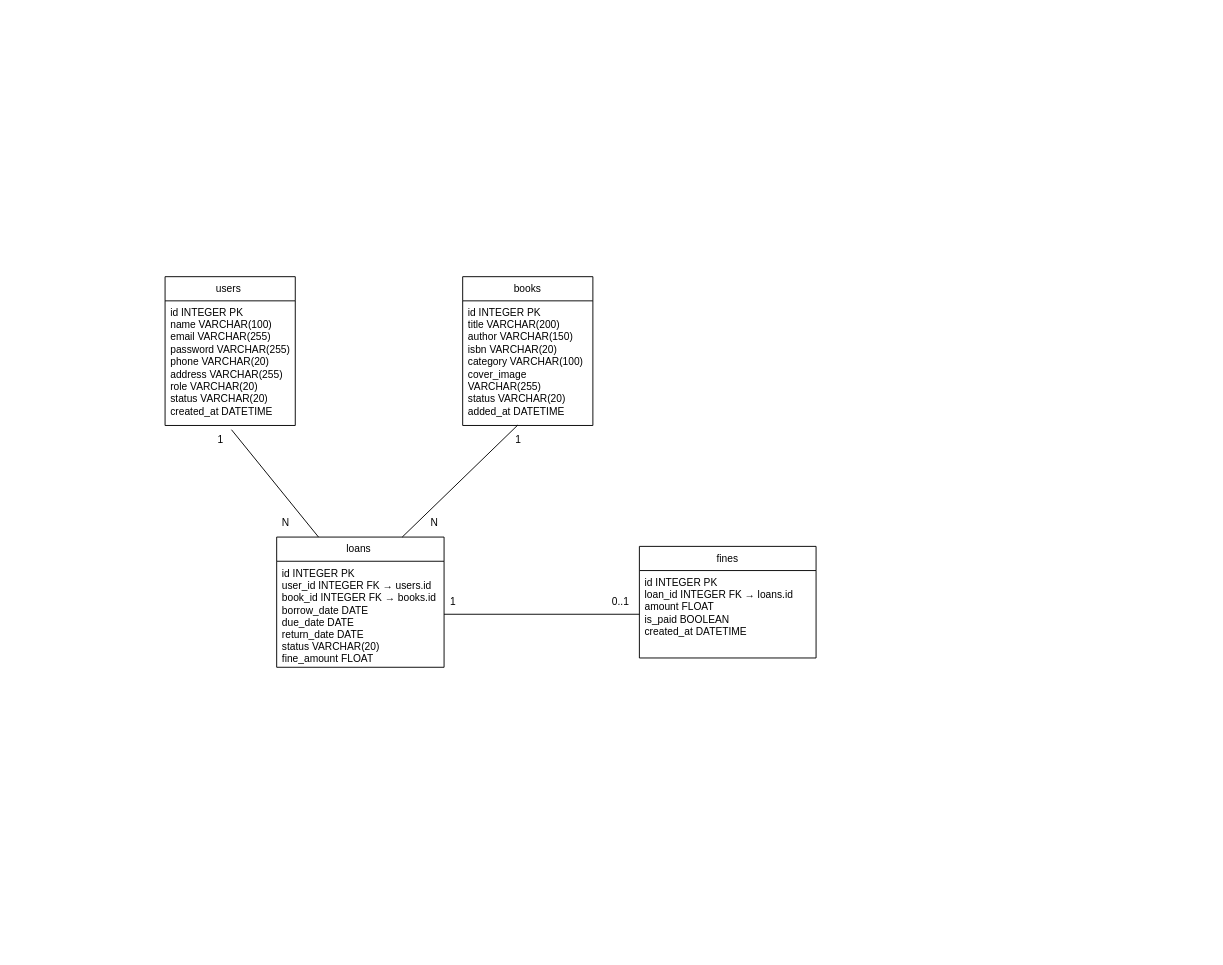
The draw.io diagram docs/diagrams/erd_diagram.drawio in Amasha2004/library-management-system, before the edit. Source tidied: cells renumbered, new cells numbered last; positions are measured from the earlier drawing's top-left corner, leaving out a move shared by most shapes. Both pictures are drawn from the tidied source at 93%, with x=0, y=0 at pixel (165, 276).
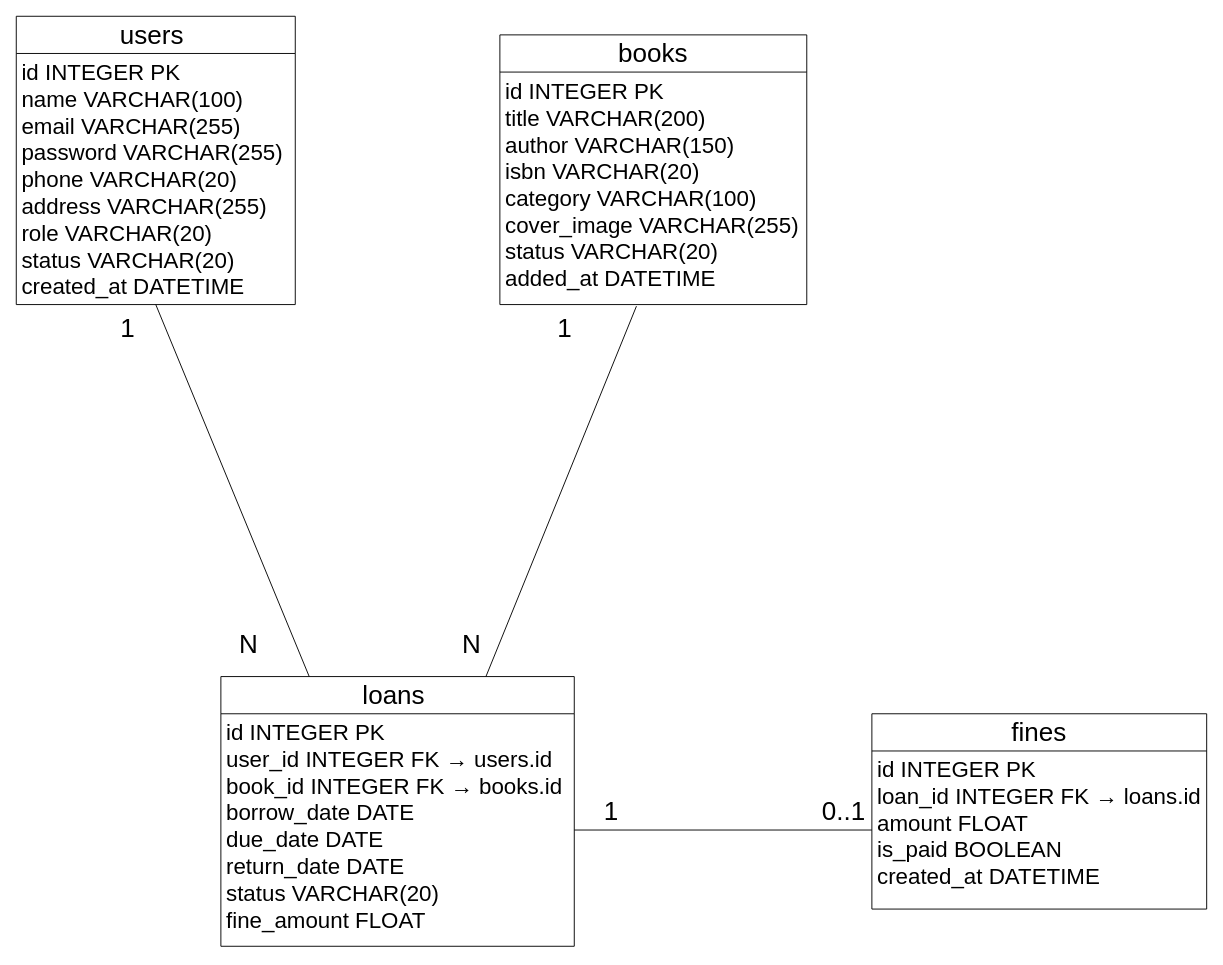
Above is the later version.

Commit message (it also covers changes not shown here):
Add changed erd diagram

Change to the diagram source:
```diff
@@
 <mxGraphModel>
   <root>
     <mxCell id="0" />
     <mxCell id="1" parent="0" />
-    <mxCell id="2" value="users&amp;nbsp;" style="swimlane;fontStyle=0;horizontal=1;startSize=26;fillColor=none;whiteSpace=wrap;html=1;fontFamily=Helvetica;fontSize=11;fontColor=default;labelBackgroundColor=default;" parent="1" vertex="1">
-      <mxGeometry width="140" height="160" as="geometry" />
+    <mxCell id="2" value="&lt;font style=&quot;font-size: 28px;&quot;&gt;users&amp;nbsp;&lt;/font&gt;" style="swimlane;fontStyle=0;horizontal=1;startSize=40;fillColor=none;whiteSpace=wrap;html=1;fontFamily=Helvetica;fontSize=11;fontColor=default;labelBackgroundColor=default;" parent="1" vertex="1">
+      <mxGeometry x="-160" y="-280" width="300" height="310" as="geometry" />
     </mxCell>
-    <mxCell id="3" value="&lt;div&gt;id INTEGER PK&lt;/div&gt;&lt;div&gt;name VARCHAR(100)&lt;/div&gt;&lt;div&gt;email VARCHAR(255)&lt;/div&gt;&lt;div&gt;password VARCHAR(255)&lt;/div&gt;&lt;div&gt;phone VARCHAR(20)&lt;/div&gt;&lt;div&gt;address VARCHAR(255)&lt;/div&gt;&lt;div&gt;role VARCHAR(20)&lt;/div&gt;&lt;div&gt;status VARCHAR(20)&lt;/div&gt;&lt;div&gt;created_at DATETIME&lt;/div&gt;" style="text;strokeColor=none;fillColor=none;align=left;verticalAlign=top;spacingLeft=4;spacingRight=4;overflow=hidden;points=[[0,0.5],[1,0.5]];portConstraint=eastwest;whiteSpace=wrap;html=1;fontFamily=Helvetica;fontSize=11;fontColor=default;labelBackgroundColor=default;" parent="2" vertex="1">
-      <mxGeometry y="26" width="140" height="134" as="geometry" />
+    <mxCell id="3" value="&lt;div&gt;&lt;font style=&quot;font-size: 24px;&quot;&gt;id INTEGER PK&lt;/font&gt;&lt;/div&gt;&lt;div&gt;&lt;font style=&quot;font-size: 24px;&quot;&gt;name VARCHAR(100)&lt;/font&gt;&lt;/div&gt;&lt;div&gt;&lt;font style=&quot;font-size: 24px;&quot;&gt;email VARCHAR(255)&lt;/font&gt;&lt;/div&gt;&lt;div&gt;&lt;font style=&quot;font-size: 24px;&quot;&gt;password VARCHAR(255)&lt;/font&gt;&lt;/div&gt;&lt;div&gt;&lt;font style=&quot;font-size: 24px;&quot;&gt;phone VARCHAR(20)&lt;/font&gt;&lt;/div&gt;&lt;div&gt;&lt;font style=&quot;font-size: 24px;&quot;&gt;address VARCHAR(255)&lt;/font&gt;&lt;/div&gt;&lt;div&gt;&lt;font style=&quot;font-size: 24px;&quot;&gt;role VARCHAR(20)&lt;/font&gt;&lt;/div&gt;&lt;div&gt;&lt;font style=&quot;font-size: 24px;&quot;&gt;status VARCHAR(20)&lt;/font&gt;&lt;/div&gt;&lt;div&gt;&lt;font style=&quot;font-size: 24px;&quot;&gt;created_at DATETIME&lt;/font&gt;&lt;/div&gt;" style="text;strokeColor=none;fillColor=none;align=left;verticalAlign=top;spacingLeft=4;spacingRight=4;overflow=hidden;points=[[0,0.5],[1,0.5]];portConstraint=eastwest;whiteSpace=wrap;html=1;fontFamily=Helvetica;fontSize=11;fontColor=default;labelBackgroundColor=default;" parent="2" vertex="1">
+      <mxGeometry y="40" width="300" height="270" as="geometry" />
     </mxCell>
-    <mxCell id="4" value="books" style="swimlane;fontStyle=0;horizontal=1;startSize=26;fillColor=none;whiteSpace=wrap;html=1;fontFamily=Helvetica;fontSize=11;fontColor=default;labelBackgroundColor=default;" parent="1" vertex="1">
-      <mxGeometry x="320" width="140" height="160" as="geometry" />
+    <mxCell id="4" value="&lt;font style=&quot;font-size: 28px;&quot;&gt;books&lt;/font&gt;" style="swimlane;fontStyle=0;horizontal=1;startSize=40;fillColor=none;whiteSpace=wrap;html=1;fontFamily=Helvetica;fontSize=11;fontColor=default;labelBackgroundColor=default;" parent="1" vertex="1">
+      <mxGeometry x="360" y="-260" width="330" height="290" as="geometry" />
     </mxCell>
-    <mxCell id="5" value="&lt;div&gt;id INTEGER PK&lt;/div&gt;&lt;div&gt;title VARCHAR(200)&lt;/div&gt;&lt;div&gt;author VARCHAR(150)&lt;/div&gt;&lt;div&gt;isbn VARCHAR(20)&lt;/div&gt;&lt;div&gt;category VARCHAR(100)&lt;/div&gt;&lt;div&gt;cover_image VARCHAR(255)&lt;/div&gt;&lt;div&gt;status VARCHAR(20)&lt;/div&gt;&lt;div&gt;added_at DATETIME&lt;/div&gt;" style="text;strokeColor=none;fillColor=none;align=left;verticalAlign=top;spacingLeft=4;spacingRight=4;overflow=hidden;points=[[0,0.5],[1,0.5]];portConstraint=eastwest;whiteSpace=wrap;html=1;fontFamily=Helvetica;fontSize=11;fontColor=default;labelBackgroundColor=default;" parent="4" vertex="1">
-      <mxGeometry y="26" width="140" height="134" as="geometry" />
+    <mxCell id="5" value="&lt;div&gt;&lt;font style=&quot;font-size: 24px;&quot;&gt;id INTEGER PK&lt;/font&gt;&lt;/div&gt;&lt;div&gt;&lt;font style=&quot;font-size: 24px;&quot;&gt;title VARCHAR(200)&lt;/font&gt;&lt;/div&gt;&lt;div&gt;&lt;font style=&quot;font-size: 24px;&quot;&gt;author VARCHAR(150)&lt;/font&gt;&lt;/div&gt;&lt;div&gt;&lt;font style=&quot;font-size: 24px;&quot;&gt;isbn VARCHAR(20)&lt;/font&gt;&lt;/div&gt;&lt;div&gt;&lt;font style=&quot;font-size: 24px;&quot;&gt;category VARCHAR(100)&lt;/font&gt;&lt;/div&gt;&lt;div&gt;&lt;font style=&quot;font-size: 24px;&quot;&gt;cover_image VARCHAR(255)&lt;/font&gt;&lt;/div&gt;&lt;div&gt;&lt;font style=&quot;font-size: 24px;&quot;&gt;status VARCHAR(20)&lt;/font&gt;&lt;/div&gt;&lt;div&gt;&lt;font style=&quot;font-size: 24px;&quot;&gt;added_at DATETIME&lt;/font&gt;&lt;/div&gt;" style="text;strokeColor=none;fillColor=none;align=left;verticalAlign=top;spacingLeft=4;spacingRight=4;overflow=hidden;points=[[0,0.5],[1,0.5]];portConstraint=eastwest;whiteSpace=wrap;html=1;fontFamily=Helvetica;fontSize=11;fontColor=default;labelBackgroundColor=default;" parent="4" vertex="1">
+      <mxGeometry y="40" width="330" height="250" as="geometry" />
     </mxCell>
-    <mxCell id="6" value="loans&amp;nbsp;" style="swimlane;fontStyle=0;horizontal=1;startSize=26;fillColor=none;whiteSpace=wrap;html=1;fontFamily=Helvetica;fontSize=11;fontColor=default;labelBackgroundColor=default;" parent="1" vertex="1">
-      <mxGeometry x="120" y="280" width="180" height="140" as="geometry" />
+    <mxCell id="6" value="&lt;font style=&quot;font-size: 28px;&quot;&gt;loans&amp;nbsp;&lt;/font&gt;" style="swimlane;fontStyle=0;horizontal=1;startSize=40;fillColor=none;whiteSpace=wrap;html=1;fontFamily=Helvetica;fontSize=11;fontColor=default;labelBackgroundColor=default;" parent="1" vertex="1">
+      <mxGeometry x="60" y="430" width="380" height="290" as="geometry" />
     </mxCell>
-    <mxCell id="7" value="&lt;div&gt;id INTEGER PK&lt;/div&gt;&lt;div&gt;user_id INTEGER FK → users.id&lt;/div&gt;&lt;div&gt;book_id INTEGER FK → books.id&lt;/div&gt;&lt;div&gt;borrow_date DATE&lt;/div&gt;&lt;div&gt;due_date DATE&lt;/div&gt;&lt;div&gt;return_date DATE&lt;/div&gt;&lt;div&gt;status VARCHAR(20)&lt;/div&gt;&lt;div&gt;fine_amount FLOAT&lt;/div&gt;" style="text;strokeColor=none;fillColor=none;align=left;verticalAlign=top;spacingLeft=4;spacingRight=4;overflow=hidden;points=[[0,0.5],[1,0.5]];portConstraint=eastwest;whiteSpace=wrap;html=1;fontFamily=Helvetica;fontSize=11;fontColor=default;labelBackgroundColor=default;" parent="6" vertex="1">
-      <mxGeometry y="26" width="180" height="114" as="geometry" />
+    <mxCell id="7" value="&lt;div&gt;&lt;font style=&quot;font-size: 24px;&quot;&gt;id INTEGER PK&lt;/font&gt;&lt;/div&gt;&lt;div&gt;&lt;font style=&quot;font-size: 24px;&quot;&gt;user_id INTEGER FK → users.id&lt;/font&gt;&lt;/div&gt;&lt;div&gt;&lt;font style=&quot;font-size: 24px;&quot;&gt;book_id INTEGER FK → books.id&lt;/font&gt;&lt;/div&gt;&lt;div&gt;&lt;font style=&quot;font-size: 24px;&quot;&gt;borrow_date DATE&lt;/font&gt;&lt;/div&gt;&lt;div&gt;&lt;font style=&quot;font-size: 24px;&quot;&gt;due_date DATE&lt;/font&gt;&lt;/div&gt;&lt;div&gt;&lt;font style=&quot;font-size: 24px;&quot;&gt;return_date DATE&lt;/font&gt;&lt;/div&gt;&lt;div&gt;&lt;font style=&quot;font-size: 24px;&quot;&gt;status VARCHAR(20)&lt;/font&gt;&lt;/div&gt;&lt;div&gt;&lt;font style=&quot;font-size: 24px;&quot;&gt;fine_amount FLOAT&lt;/font&gt;&lt;/div&gt;" style="text;strokeColor=none;fillColor=none;align=left;verticalAlign=top;spacingLeft=4;spacingRight=4;overflow=hidden;points=[[0,0.5],[1,0.5]];portConstraint=eastwest;whiteSpace=wrap;html=1;fontFamily=Helvetica;fontSize=11;fontColor=default;labelBackgroundColor=default;" parent="6" vertex="1">
+      <mxGeometry y="40" width="380" height="250" as="geometry" />
     </mxCell>
-    <mxCell id="8" value="fines" style="swimlane;fontStyle=0;horizontal=1;startSize=26;fillColor=none;whiteSpace=wrap;html=1;fontFamily=Helvetica;fontSize=11;fontColor=default;labelBackgroundColor=default;" parent="1" vertex="1">
-      <mxGeometry x="510" y="290" width="190" height="120" as="geometry" />
+    <mxCell id="8" value="&lt;font style=&quot;font-size: 28px;&quot;&gt;fines&lt;/font&gt;" style="swimlane;fontStyle=0;horizontal=1;startSize=40;fillColor=none;whiteSpace=wrap;html=1;fontFamily=Helvetica;fontSize=11;fontColor=default;labelBackgroundColor=default;" parent="1" vertex="1">
+      <mxGeometry x="760" y="470" width="360" height="210" as="geometry" />
     </mxCell>
-    <mxCell id="9" value="&lt;div&gt;id INTEGER PK&lt;/div&gt;&lt;div&gt;loan_id INTEGER FK → loans.id&lt;/div&gt;&lt;div&gt;amount FLOAT&lt;/div&gt;&lt;div&gt;is_paid BOOLEAN&lt;/div&gt;&lt;div&gt;created_at DATETIME&lt;/div&gt;" style="text;strokeColor=none;fillColor=none;align=left;verticalAlign=top;spacingLeft=4;spacingRight=4;overflow=hidden;points=[[0,0.5],[1,0.5]];portConstraint=eastwest;whiteSpace=wrap;html=1;fontFamily=Helvetica;fontSize=11;fontColor=default;labelBackgroundColor=default;" parent="8" vertex="1">
-      <mxGeometry y="26" width="190" height="94" as="geometry" />
+    <mxCell id="9" value="&lt;div&gt;&lt;font style=&quot;font-size: 24px;&quot;&gt;id INTEGER PK&lt;/font&gt;&lt;/div&gt;&lt;div&gt;&lt;font style=&quot;font-size: 24px;&quot;&gt;loan_id INTEGER FK → loans.id&lt;/font&gt;&lt;/div&gt;&lt;div&gt;&lt;font style=&quot;font-size: 24px;&quot;&gt;amount FLOAT&lt;/font&gt;&lt;/div&gt;&lt;div&gt;&lt;font style=&quot;font-size: 24px;&quot;&gt;is_paid BOOLEAN&lt;/font&gt;&lt;/div&gt;&lt;div&gt;&lt;font style=&quot;font-size: 24px;&quot;&gt;created_at DATETIME&lt;/font&gt;&lt;/div&gt;" style="text;strokeColor=none;fillColor=none;align=left;verticalAlign=top;spacingLeft=4;spacingRight=4;overflow=hidden;points=[[0,0.5],[1,0.5]];portConstraint=eastwest;whiteSpace=wrap;html=1;fontFamily=Helvetica;fontSize=11;fontColor=default;labelBackgroundColor=default;" parent="8" vertex="1">
+      <mxGeometry y="40" width="360" height="170" as="geometry" />
     </mxCell>
-    <mxCell id="10" style="edgeStyle=none;shape=connector;rounded=0;jettySize=auto;html=1;exitX=0.25;exitY=0;exitDx=0;exitDy=0;entryX=0.51;entryY=1.034;entryDx=0;entryDy=0;entryPerimeter=0;strokeColor=default;align=center;verticalAlign=middle;fontFamily=Helvetica;fontSize=11;fontColor=default;labelBackgroundColor=default;endArrow=none;endFill=0;" parent="1" edge="1" source="6" target="3">
+    <mxCell id="10" style="edgeStyle=none;shape=connector;rounded=0;jettySize=auto;html=1;exitX=0.25;exitY=0;exitDx=0;exitDy=0;entryX=0.5;entryY=1;entryDx=0;entryDy=0;entryPerimeter=0;strokeColor=default;align=center;verticalAlign=middle;fontFamily=Helvetica;fontSize=11;fontColor=default;labelBackgroundColor=default;endArrow=none;endFill=0;" parent="1" edge="1" source="6" target="3">
       <mxGeometry relative="1" as="geometry" />
     </mxCell>
-    <mxCell id="11" style="edgeStyle=none;shape=connector;rounded=0;jettySize=auto;html=1;exitX=0.75;exitY=0;exitDx=0;exitDy=0;entryX=0.424;entryY=0.996;entryDx=0;entryDy=0;entryPerimeter=0;strokeColor=default;align=center;verticalAlign=middle;fontFamily=Helvetica;fontSize=11;fontColor=default;labelBackgroundColor=default;endArrow=none;endFill=0;" parent="1" edge="1" source="6" target="5">
+    <mxCell id="11" style="edgeStyle=none;shape=connector;rounded=0;jettySize=auto;html=1;exitX=0.75;exitY=0;exitDx=0;exitDy=0;strokeColor=default;align=center;verticalAlign=middle;fontFamily=Helvetica;fontSize=11;fontColor=default;labelBackgroundColor=default;endArrow=none;endFill=0;entryX=0.445;entryY=1.007;entryDx=0;entryDy=0;entryPerimeter=0;" parent="1" edge="1" source="6" target="5">
       <mxGeometry relative="1" as="geometry" />
     </mxCell>
     <mxCell id="12" style="edgeStyle=none;shape=connector;rounded=0;jettySize=auto;html=1;exitX=1;exitY=0.5;exitDx=0;exitDy=0;entryX=0;entryY=0.5;entryDx=0;entryDy=0;strokeColor=default;align=center;verticalAlign=middle;fontFamily=Helvetica;fontSize=11;fontColor=default;labelBackgroundColor=default;endArrow=none;endFill=0;" parent="1" edge="1" source="7" target="9">
       <mxGeometry relative="1" as="geometry" />
     </mxCell>
-    <mxCell id="13" value="1" style="text;html=1;whiteSpace=wrap;strokeColor=none;fillColor=none;align=center;verticalAlign=middle;rounded=0;fontFamily=Helvetica;fontSize=11;fontColor=default;labelBackgroundColor=default;" parent="1" vertex="1">
-      <mxGeometry x="30" y="160" width="60" height="30" as="geometry" />
+    <mxCell id="13" value="&lt;font style=&quot;font-size: 28px;&quot;&gt;1&lt;/font&gt;" style="text;html=1;whiteSpace=wrap;strokeColor=none;fillColor=none;align=center;verticalAlign=middle;rounded=0;fontFamily=Helvetica;fontSize=11;fontColor=default;labelBackgroundColor=default;" parent="1" vertex="1">
+      <mxGeometry x="-70" y="40" width="60" height="30" as="geometry" />
     </mxCell>
-    <mxCell id="14" value="N" style="text;html=1;whiteSpace=wrap;strokeColor=none;fillColor=none;align=center;verticalAlign=middle;rounded=0;fontFamily=Helvetica;fontSize=11;fontColor=default;labelBackgroundColor=default;" parent="1" vertex="1">
-      <mxGeometry x="100" y="250" width="60" height="30" as="geometry" />
+    <mxCell id="14" value="&lt;font style=&quot;font-size: 28px;&quot;&gt;N&lt;/font&gt;" style="text;html=1;whiteSpace=wrap;strokeColor=none;fillColor=none;align=center;verticalAlign=middle;rounded=0;fontFamily=Helvetica;fontSize=11;fontColor=default;labelBackgroundColor=default;" parent="1" vertex="1">
+      <mxGeometry x="60" y="380" width="60" height="30" as="geometry" />
     </mxCell>
-    <mxCell id="15" value="1" style="text;html=1;whiteSpace=wrap;strokeColor=none;fillColor=none;align=center;verticalAlign=middle;rounded=0;fontFamily=Helvetica;fontSize=11;fontColor=default;labelBackgroundColor=default;" parent="1" vertex="1">
-      <mxGeometry x="350" y="160" width="60" height="30" as="geometry" />
+    <mxCell id="15" value="&lt;font style=&quot;font-size: 28px;&quot;&gt;1&lt;/font&gt;" style="text;html=1;whiteSpace=wrap;strokeColor=none;fillColor=none;align=center;verticalAlign=middle;rounded=0;fontFamily=Helvetica;fontSize=11;fontColor=default;labelBackgroundColor=default;" parent="1" vertex="1">
+      <mxGeometry x="400" y="40" width="60" height="30" as="geometry" />
     </mxCell>
-    <mxCell id="16" value="N" style="text;html=1;whiteSpace=wrap;strokeColor=none;fillColor=none;align=center;verticalAlign=middle;rounded=0;fontFamily=Helvetica;fontSize=11;fontColor=default;labelBackgroundColor=default;" parent="1" vertex="1">
-      <mxGeometry x="260" y="250" width="60" height="30" as="geometry" />
+    <mxCell id="16" value="&lt;font style=&quot;font-size: 28px;&quot;&gt;N&lt;/font&gt;" style="text;html=1;whiteSpace=wrap;strokeColor=none;fillColor=none;align=center;verticalAlign=middle;rounded=0;fontFamily=Helvetica;fontSize=11;fontColor=default;labelBackgroundColor=default;" parent="1" vertex="1">
+      <mxGeometry x="300" y="380" width="60" height="30" as="geometry" />
     </mxCell>
-    <mxCell id="17" value="1" style="text;html=1;whiteSpace=wrap;strokeColor=none;fillColor=none;align=center;verticalAlign=middle;rounded=0;fontFamily=Helvetica;fontSize=11;fontColor=default;labelBackgroundColor=default;" parent="1" vertex="1">
-      <mxGeometry x="280" y="335" width="60" height="30" as="geometry" />
+    <mxCell id="17" value="&lt;font style=&quot;font-size: 28px;&quot;&gt;1&lt;/font&gt;" style="text;html=1;whiteSpace=wrap;strokeColor=none;fillColor=none;align=center;verticalAlign=middle;rounded=0;fontFamily=Helvetica;fontSize=11;fontColor=default;labelBackgroundColor=default;" parent="1" vertex="1">
+      <mxGeometry x="450" y="560" width="60" height="30" as="geometry" />
     </mxCell>
-    <mxCell id="18" value="0..1" style="text;html=1;whiteSpace=wrap;strokeColor=none;fillColor=none;align=center;verticalAlign=middle;rounded=0;fontFamily=Helvetica;fontSize=11;fontColor=default;labelBackgroundColor=default;" parent="1" vertex="1">
-      <mxGeometry x="460" y="335" width="60" height="30" as="geometry" />
+    <mxCell id="18" value="&lt;font style=&quot;font-size: 28px;&quot;&gt;0..1&lt;/font&gt;" style="text;html=1;whiteSpace=wrap;strokeColor=none;fillColor=none;align=center;verticalAlign=middle;rounded=0;fontFamily=Helvetica;fontSize=11;fontColor=default;labelBackgroundColor=default;" parent="1" vertex="1">
+      <mxGeometry x="700" y="560" width="60" height="30" as="geometry" />
     </mxCell>
   </root>
 </mxGraphModel>
```
